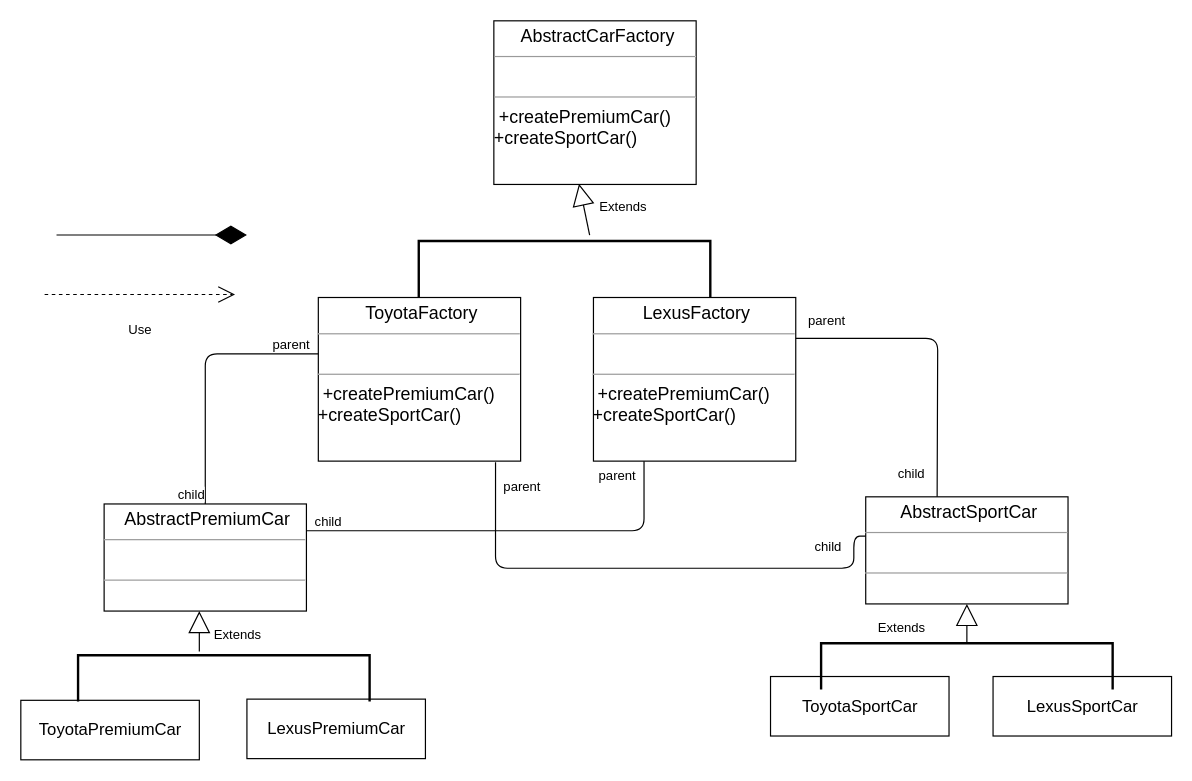
Before: creational/abstract-factory/abs-factory.drawio in MaksShadows/Patterns, a draw.io diagram. Source tidied: cells renumbered, new cells numbered last; positions are measured from the earlier drawing's top-left corner, leaving out a move shared by most shapes. Both pictures are drawn from the tidied source at 119%, with x=0, y=0 at pixel (20, 20).
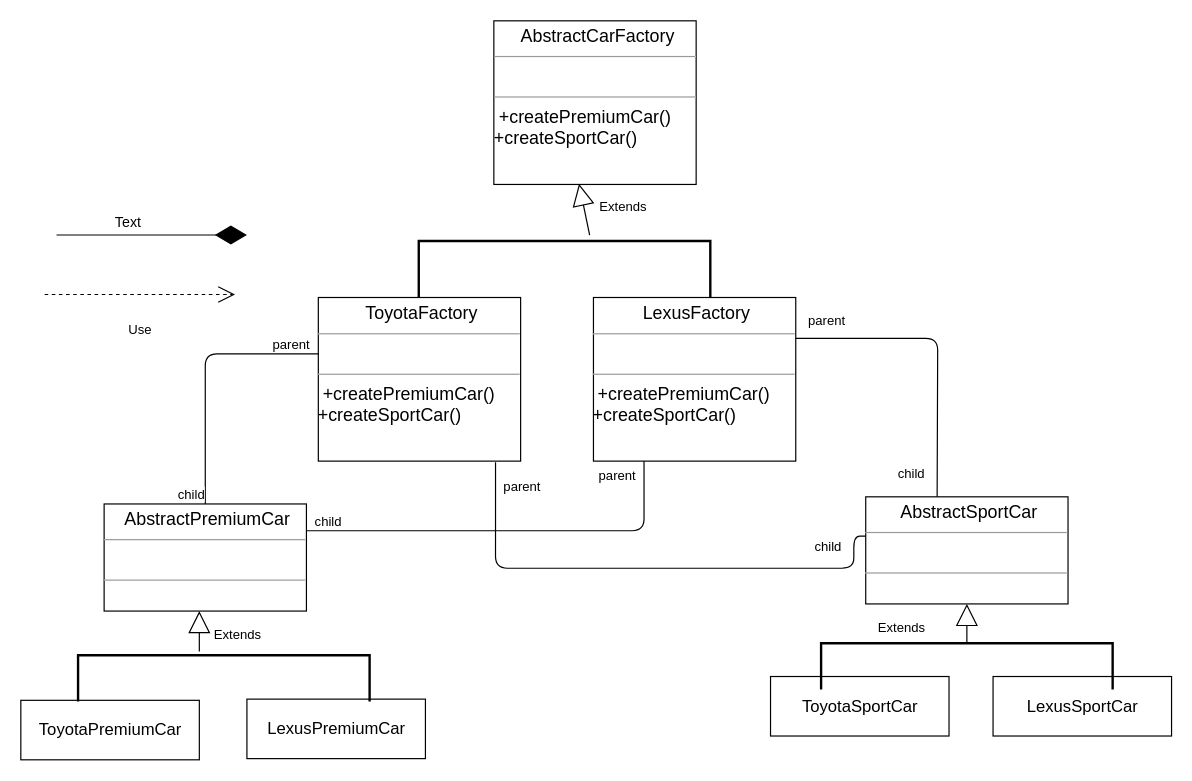
After the change.

The edit, as a diff of the source:
```diff
@@
+    <mxCell id="31" value="Text" style="text;html=1;align=center;verticalAlign=middle;" parent="1" vertex="1">
+      <mxGeometry x="70" y="160" width="40" height="20" as="geometry" />
+    </mxCell>
```
